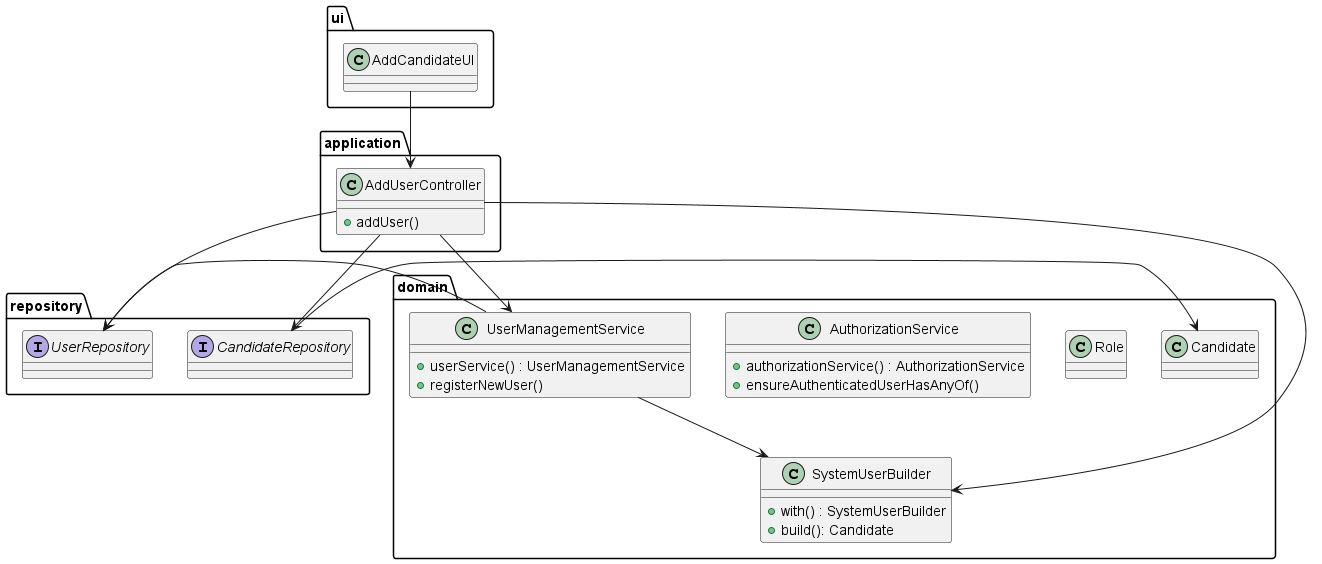
marcoferreira37/Lapr4 keeps this PlantUML diagram as docs/sprintB/2000a/svg/2000a-class-diagram.png. Above is the earlier version.
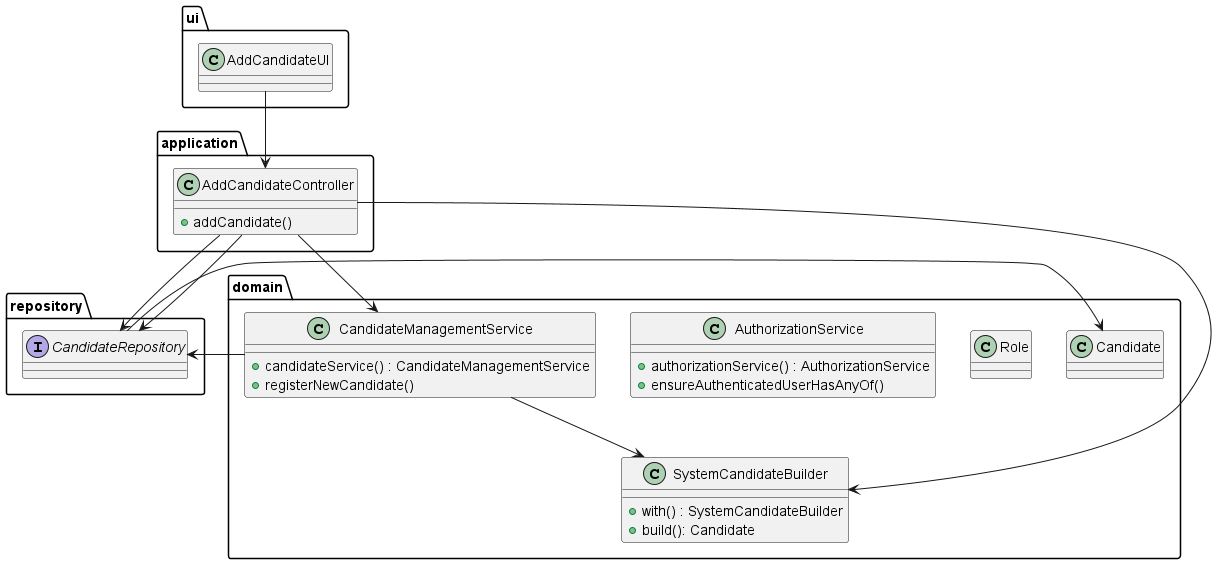
Later version of the same file.

Change to the diagram source:
```diff
@@ -12,14 +12,13 @@
 
 
     package application {
-        class AddUserController {
-            +addUser()
+        class AddCandidateController {
+            +addCandidate()
         }
     }
 
     package repository {
-        interface UserRepository {
-        }
+
         interface CandidateRepository{
         }
     }
@@ -32,13 +31,13 @@
             +ensureAuthenticatedUserHasAnyOf()
         }
 
-        class UserManagementService {
-            +userService() : UserManagementService
-            +registerNewUser()
+        class CandidateManagementService {
+            +candidateService() : CandidateManagementService
+            +registerNewCandidate()
         }
 
-        class SystemUserBuilder {
-            +with() : SystemUserBuilder
+        class SystemCandidateBuilder {
+            +with() : SystemCandidateBuilder
             +build(): Candidate
         }
 
@@ -48,13 +47,13 @@
 
 
 
-UserManagementService --> UserRepository
-UserManagementService --> SystemUserBuilder
-AddCandidateUI --> AddUserController
-AddUserController --> UserManagementService
-AddUserController --> SystemUserBuilder
-AddUserController --> UserRepository
-AddUserController --> CandidateRepository
+CandidateManagementService --> CandidateRepository
+CandidateManagementService --> SystemCandidateBuilder
+AddCandidateUI --> AddCandidateController
+AddCandidateController --> CandidateManagementService
+AddCandidateController --> SystemCandidateBuilder
+AddCandidateController --> CandidateRepository
+AddCandidateController --> CandidateRepository
 CandidateRepository -> Candidate
 
 @enduml
```
